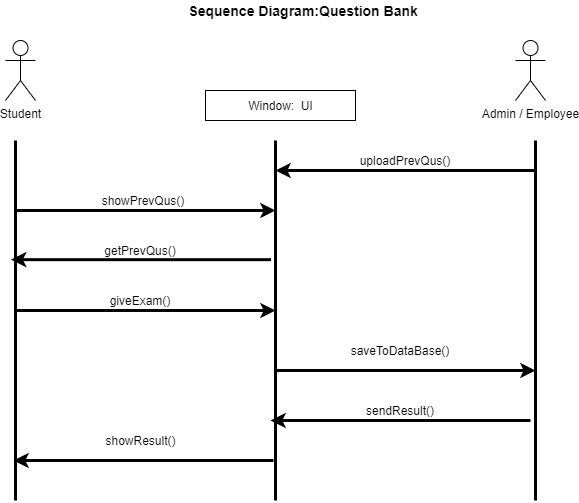
SabiulSabit/UML-Diagram-For-Project keeps this draw.io diagram as sequence_diagram(Question Bank).png. Above is the earlier version. Source tidied: cells renumbered, new cells last; positions are measured from the earlier drawing's top-left corner, leaving out a move shared by most shapes.
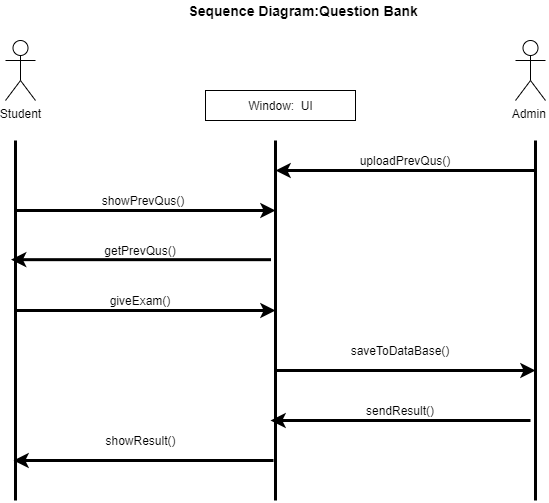
The same diagram one commit later.

The edit, as a diff of the source:
```diff
@@ -35,7 +35,7 @@
         <mxPoint x="5.5" y="259.2" as="targetPoint" />
       </mxGeometry>
     </mxCell>
-    <mxCell id="8" value="Admin / Employee" style="shape=umlActor;verticalLabelPosition=bottom;labelBackgroundColor=#ffffff;verticalAlign=top;html=1;" parent="1" vertex="1">
+    <mxCell id="8" value="Admin&amp;nbsp;" style="shape=umlActor;verticalLabelPosition=bottom;labelBackgroundColor=#ffffff;verticalAlign=top;html=1;" parent="1" vertex="1">
       <mxGeometry x="510" y="40" width="30" height="60" as="geometry" />
     </mxCell>
     <mxCell id="9" style="endArrow=classic;html=1;strokeWidth=3;" parent="1" edge="1">
```
